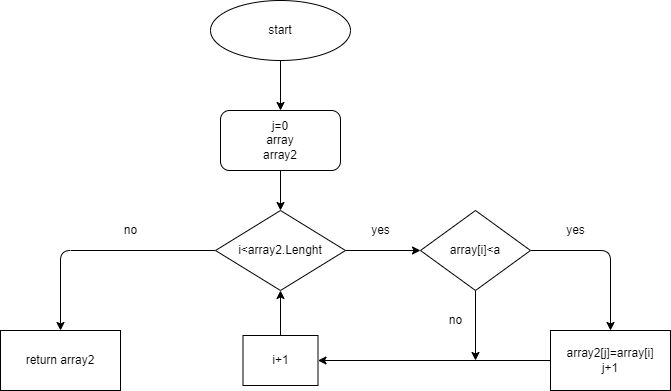
Earlier version of the draw.io export circuitry.drawio.png (Oksana-gb/control-work). Source tidied: cells renumbered, new cells last; positions are measured from the earlier drawing's top-left corner, leaving out a move shared by most shapes.
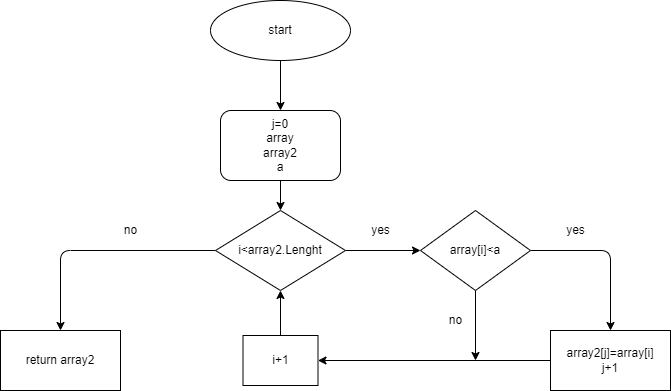
Later version of the same file.

Diff of the diagram source:
```diff
@@ -11,8 +11,8 @@
     <mxCell id="4" style="edgeStyle=none;html=1;" parent="1" edge="1" source="5" target="8">
       <mxGeometry relative="1" as="geometry" />
     </mxCell>
-    <mxCell id="5" value="j=0&lt;br&gt;array&lt;br&gt;array2" style="rounded=1;whiteSpace=wrap;html=1;" parent="1" vertex="1">
-      <mxGeometry x="220" y="110" width="120" height="60" as="geometry" />
+    <mxCell id="5" value="j=0&lt;br&gt;array&lt;br&gt;array2&lt;br&gt;a" style="rounded=1;whiteSpace=wrap;html=1;" parent="1" vertex="1">
+      <mxGeometry x="220" y="110" width="120" height="70" as="geometry" />
     </mxCell>
     <mxCell id="6" style="edgeStyle=none;html=1;" parent="1" edge="1" source="8" target="11">
       <mxGeometry relative="1" as="geometry" />
```
